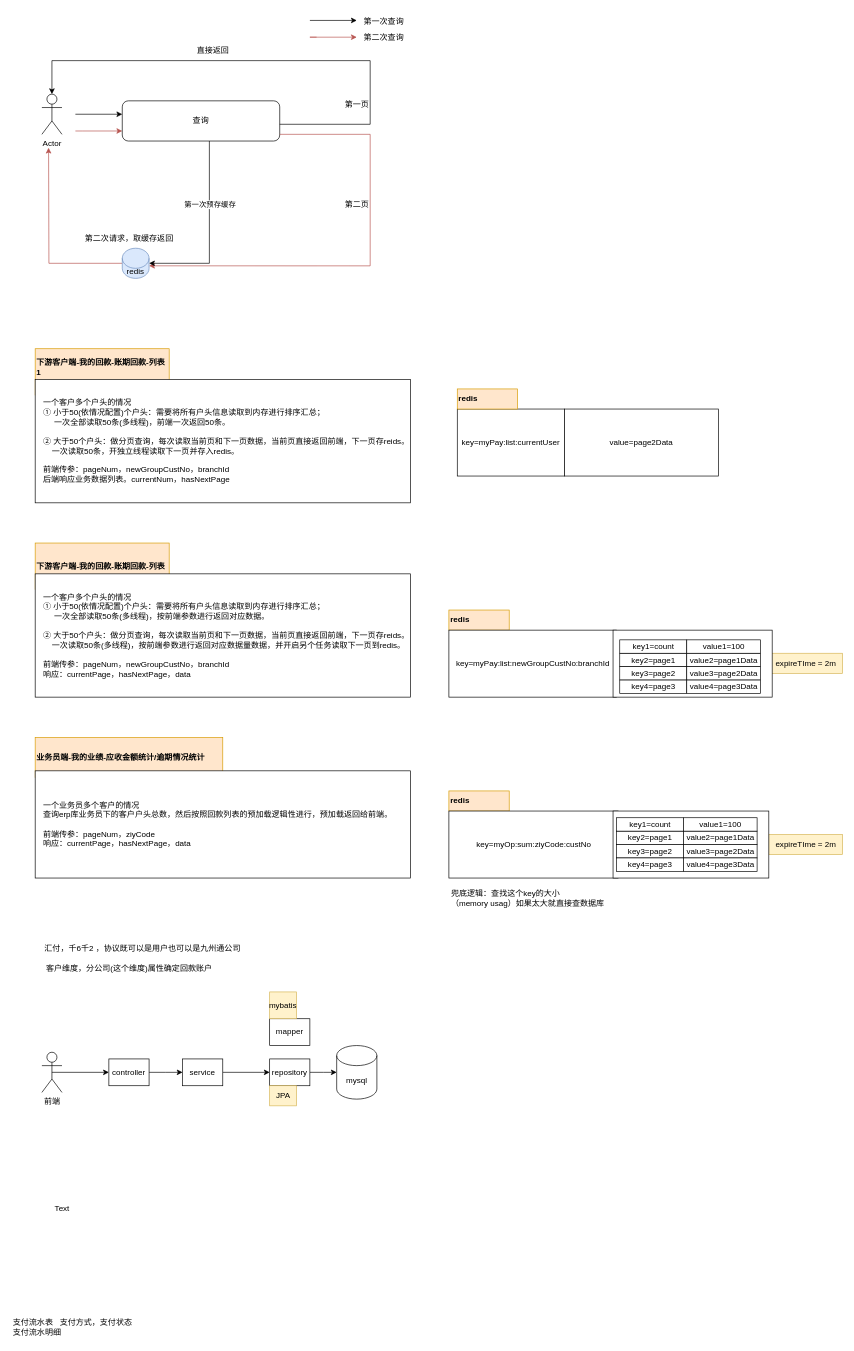
Above: 移动erp-账期还款.drawio in koralcc/resource (draw.io), before the change. Source tidied: cells renumbered, new cells numbered last; positions are measured from the earlier drawing's top-left corner, leaving out a move shared by most shapes. Both pictures are drawn from the tidied source at 67%, with x=0, y=0 at pixel (11, 11).
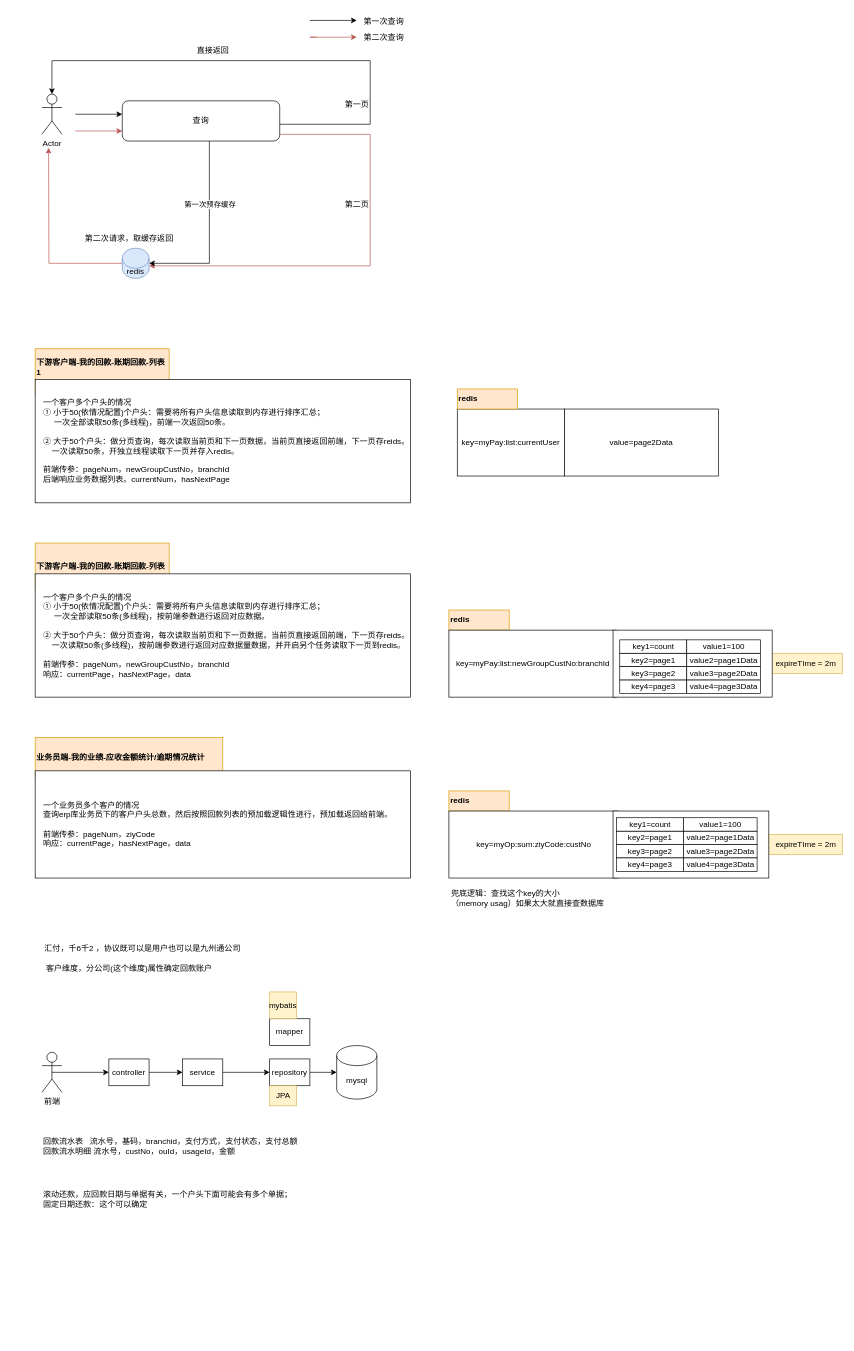
The same page after the edit.

Commit message:
更新移动erp-账期还款.drawio

What changed in the source:
```diff
@@
-    <mxCell id="77" value="Text" style="text;html=1;align=center;verticalAlign=middle;strokeColor=none;fillColor=none;" parent="1" vertex="1">
-      <mxGeometry x="50" y="1771" width="50" height="30" as="geometry" />
-    </mxCell>
-    <mxCell id="78" value="支付流水表&amp;nbsp; &amp;nbsp;支付方式，支付状态&lt;br&gt;支付流水明细" style="text;html=1;align=left;verticalAlign=middle;strokeColor=none;fillColor=none;" parent="1" vertex="1">
-      <mxGeometry y="1943" width="200" height="40" as="geometry" />
+    <mxCell id="78" value="回款流水表&amp;nbsp; &amp;nbsp;流水号，基码，branchid，支付方式，支付状态，支付总额&lt;br&gt;回款流水明细 流水号，custNo，ouId，usageId，金额" style="text;html=1;align=left;verticalAlign=middle;strokeColor=none;fillColor=none;" parent="1" vertex="1">
+      <mxGeometry x="45" y="1673" width="400" height="40" as="geometry" />
     </mxCell>
+    <mxCell id="79" value="滚动还款，应回款日期与单据有关，一个户头下面可能会有多个单据；&lt;br&gt;固定日期还款：这个可以确定" style="text;html=1;align=left;verticalAlign=middle;strokeColor=none;fillColor=none;" parent="1" vertex="1">
+      <mxGeometry x="45" y="1753" width="400" height="40" as="geometry" />
+    </mxCell>
```
